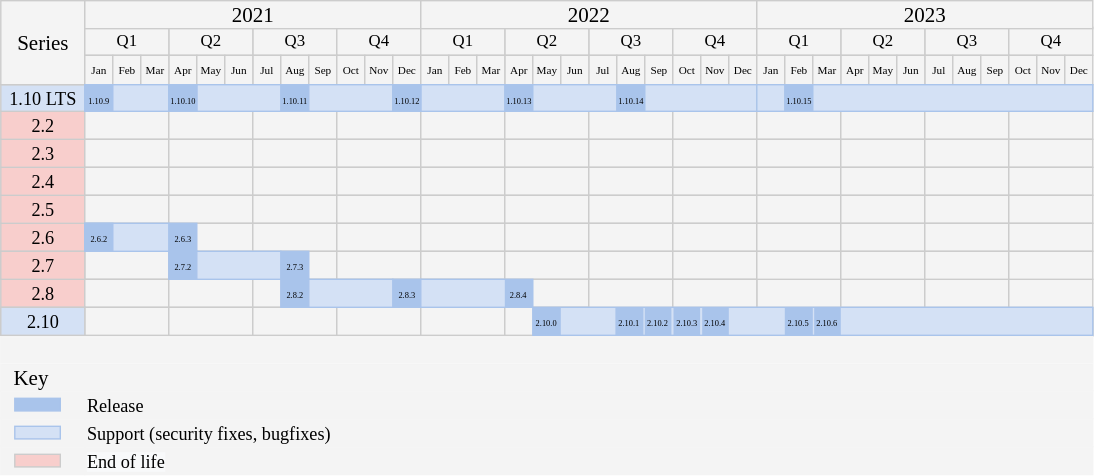
Earlier version of the draw.io export doc/release/_images/releases_calendar.svg (tarantool/doc). Source tidied: cells renumbered, new cells last; positions are measured from the earlier drawing's top-left corner, leaving out a move shared by most shapes.
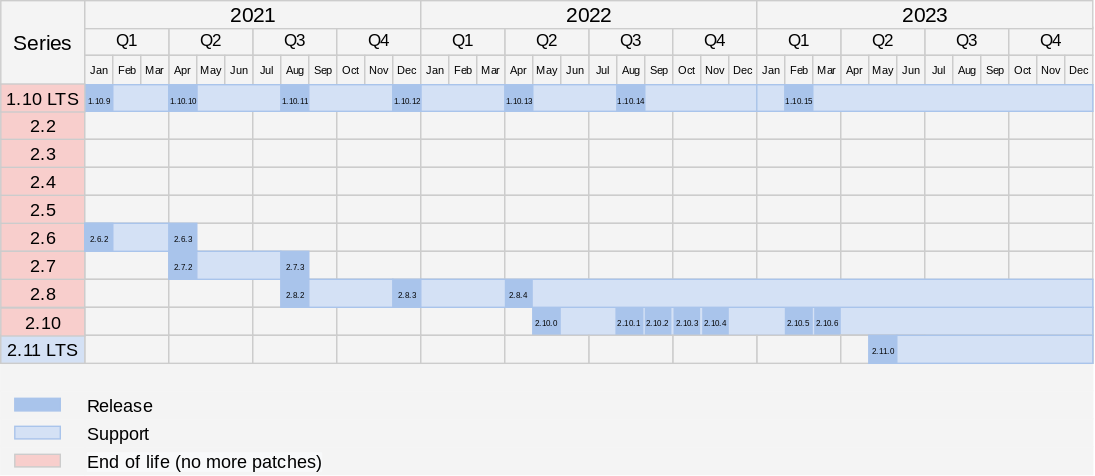
The same file after the commit.

Commit message:
Update release calendar and lifetime table

Change to the diagram source:
```diff
@@ -21,16 +21,16 @@
       <mxGeometry x="600" y="219.5" width="60" height="20" as="geometry" />
     </mxCell>
     <mxCell id="8" style="align=left;strokeColor=#CCCCCC;html=1;fillColor=#F4F4F4;" parent="1" vertex="1">
-      <mxGeometry x="720" y="219.5" width="60" height="20" as="geometry" />
+      <mxGeometry x="720" y="219" width="60" height="20" as="geometry" />
     </mxCell>
     <mxCell id="9" style="align=left;strokeColor=#CCCCCC;html=1;fillColor=#F4F4F4;" parent="1" vertex="1">
-      <mxGeometry x="660" y="219.5" width="60" height="20" as="geometry" />
+      <mxGeometry x="660" y="219" width="60" height="20" as="geometry" />
     </mxCell>
     <mxCell id="10" style="align=left;strokeColor=#CCCCCC;html=1;fillColor=#F4F4F4;" parent="1" vertex="1">
       <mxGeometry x="540" y="219.5" width="60" height="20" as="geometry" />
     </mxCell>
     <mxCell id="11" style="align=left;strokeColor=#CCCCCC;html=1;fillColor=#F4F4F4;" parent="1" vertex="1">
-      <mxGeometry x="600" y="219.5" width="60" height="20" as="geometry" />
+      <mxGeometry x="600" y="219" width="60" height="20" as="geometry" />
     </mxCell>
     <mxCell id="12" style="align=center;html=1;strokeColor=#CCCCCC;" parent="1" vertex="1">
       <mxGeometry x="360" y="219.5" width="180" height="20" as="geometry" />
@@ -44,9 +44,6 @@
     <mxCell id="15" style="align=left;strokeColor=#CCCCCC;html=1;fillColor=#F4F4F4;" parent="1" vertex="1">
       <mxGeometry x="420" y="219.5" width="60" height="20" as="geometry" />
     </mxCell>
-    <mxCell id="16" value="&lt;font face=&quot;VK Sans Text&quot;&gt;&lt;span style=&quot;font-size: 13px&quot;&gt;Series 2&lt;/span&gt;&lt;/font&gt;" style="align=center;html=1;strokeColor=#CCCCCC;" parent="1" vertex="1">
-      <mxGeometry y="219" width="60" height="20" as="geometry" />
-    </mxCell>
     <mxCell id="17" value="&lt;font face=&quot;VK Sans Text&quot; style=&quot;font-size: 13px&quot;&gt;2.8&lt;/font&gt;" style="align=center;strokeColor=#CCCCCC;html=1;fillColor=#F8CECC;" parent="1" vertex="1">
       <mxGeometry y="199" width="60" height="20" as="geometry" />
     </mxCell>
@@ -68,9 +65,6 @@
     <mxCell id="23" value="&lt;font style=&quot;font-size: 13px&quot; face=&quot;VK Sans Text&quot;&gt;2.2&lt;/font&gt;" style="align=center;strokeColor=#CCCCCC;html=1;fillColor=#f8cecc;" parent="1" vertex="1">
       <mxGeometry y="79" width="60" height="20" as="geometry" />
     </mxCell>
-    <mxCell id="24" value="&lt;font style=&quot;font-size: 13px&quot; face=&quot;VK Sans Text&quot;&gt;1.10 LTS&lt;/font&gt;" style="align=center;strokeColor=#CCCCCC;html=1;fillColor=#D4E1F5;" parent="1" vertex="1">
-      <mxGeometry y="60" width="60" height="19" as="geometry" />
-    </mxCell>
     <mxCell id="25" value="&lt;div style=&quot;text-align: justify&quot;&gt;&lt;font face=&quot;VK Sans Text&quot; style=&quot;font-size: 15px&quot;&gt;Series&lt;/font&gt;&lt;/div&gt;" style="strokeWidth=1;fontStyle=0;html=1;fillColor=#F4F4F4;strokeColor=#CCCCCC;" parent="1" vertex="1">
       <mxGeometry width="60" height="60" as="geometry" />
     </mxCell>
@@ -425,22 +419,24 @@
     <mxCell id="142" value="&lt;span style=&quot;font-size: 6px&quot;&gt;&lt;font face=&quot;VK Sans Text&quot;&gt;2.8.2&lt;/font&gt;&lt;/span&gt;" style="align=center;strokeColor=#A9C4EB;html=1;fillColor=#A9C4EB;" parent="1" vertex="1">
       <mxGeometry x="200" y="199" width="20" height="20" as="geometry" />
     </mxCell>
+    <mxCell id="219" style="edgeStyle=orthogonalEdgeStyle;rounded=0;jettySize=auto;html=1;" parent="1" edge="1" source="143">
+      <mxGeometry relative="1" as="geometry">
+        <mxPoint x="380" y="209" as="targetPoint" />
+      </mxGeometry>
+    </mxCell>
     <mxCell id="143" value="&lt;span style=&quot;font-size: 6px&quot;&gt;&lt;font face=&quot;VK Sans Text&quot;&gt;2.8.3&lt;/font&gt;&lt;/span&gt;" style="align=center;strokeColor=#A9C4EB;html=1;fillColor=#A9C4EB;" parent="1" vertex="1">
       <mxGeometry x="280" y="199" width="20" height="20" as="geometry" />
     </mxCell>
     <mxCell id="144" style="align=center;strokeColor=#A9C4EB;html=1;fillColor=#D4E1F5;" parent="1" vertex="1">
       <mxGeometry x="220" y="199" width="60" height="20" as="geometry" />
     </mxCell>
-    <mxCell id="145" style="align=center;strokeColor=#A9C4EB;html=1;fillColor=#D4E1F5;" parent="1" vertex="1">
-      <mxGeometry x="300" y="199" width="80" height="20" as="geometry" />
-    </mxCell>
     <mxCell id="146" value="&lt;font style=&quot;font-size: 13px&quot; face=&quot;VK Sans Text&quot;&gt;Release&lt;/font&gt;" style="align=left;strokeColor=#F4F4F4;html=1;fillColor=#F4F4F4;" parent="1" vertex="1">
       <mxGeometry x="60" y="278.5" width="720" height="20" as="geometry" />
     </mxCell>
-    <mxCell id="147" value="&lt;font face=&quot;VK Sans Text&quot; style=&quot;font-size: 13px&quot;&gt;Support (security fixes, bugfixes)&lt;/font&gt;" style="align=left;strokeColor=#F4F4F4;html=1;fillColor=#F4F4F4;" parent="1" vertex="1">
+    <mxCell id="147" value="&lt;font face=&quot;VK Sans Text&quot; style=&quot;font-size: 13px&quot;&gt;Support&lt;/font&gt;" style="align=left;strokeColor=#F4F4F4;html=1;fillColor=#F4F4F4;" parent="1" vertex="1">
       <mxGeometry x="60" y="298.5" width="720" height="20" as="geometry" />
     </mxCell>
-    <mxCell id="148" value="&lt;span style=&quot;color: rgb(0 , 0 , 0) ; font-style: normal ; font-weight: 400 ; letter-spacing: normal ; text-align: left ; text-indent: 0px ; text-transform: none ; word-spacing: 0px ; background-color: rgb(248 , 249 , 250) ; display: inline ; float: none&quot;&gt;&lt;font face=&quot;VK Sans Text&quot; style=&quot;font-size: 13px&quot;&gt;End of life&lt;/font&gt;&lt;/span&gt;" style="align=left;strokeColor=#F4F4F4;html=1;fillColor=#F4F4F4;" parent="1" vertex="1">
+    <mxCell id="148" value="&lt;span style=&quot;color: rgb(0 , 0 , 0) ; font-style: normal ; font-weight: 400 ; letter-spacing: normal ; text-align: left ; text-indent: 0px ; text-transform: none ; word-spacing: 0px ; background-color: rgb(248 , 249 , 250) ; display: inline ; float: none&quot;&gt;&lt;font face=&quot;VK Sans Text&quot; style=&quot;font-size: 13px&quot;&gt;End of life (no more patches)&lt;/font&gt;&lt;/span&gt;" style="align=left;strokeColor=#F4F4F4;html=1;fillColor=#F4F4F4;" parent="1" vertex="1">
       <mxGeometry x="60" y="318.5" width="720" height="20" as="geometry" />
     </mxCell>
     <mxCell id="149" style="align=left;strokeColor=#F4F4F4;html=1;fillColor=#F4F4F4;" parent="1" vertex="1">
@@ -461,27 +457,21 @@
     <mxCell id="154" style="align=center;strokeColor=#CCCCCC;html=1;fillColor=#f8cecc;" parent="1" vertex="1">
       <mxGeometry x="10" y="324" width="32.5" height="9" as="geometry" />
     </mxCell>
-    <mxCell id="155" value="&lt;font style=&quot;font-size: 15px&quot; face=&quot;VK Sans Text&quot;&gt;&amp;nbsp; Key&lt;/font&gt;" style="align=left;strokeColor=#F4F4F4;html=1;fillColor=#F4F4F4;" parent="1" vertex="1">
+    <mxCell id="155" style="align=left;strokeColor=#F4F4F4;html=1;fillColor=#F4F4F4;" parent="1" vertex="1">
       <mxGeometry y="259.5" width="780" height="19" as="geometry" />
     </mxCell>
-    <mxCell id="156" value="&lt;font face=&quot;VK Sans Text&quot; style=&quot;font-size: 6px&quot;&gt;2.8.4&lt;/font&gt;" style="rounded=0;whiteSpace=wrap;html=1;fillColor=#A9C4EB;strokeColor=none;" parent="1" vertex="1">
-      <mxGeometry x="360" y="199" width="20" height="20" as="geometry" />
-    </mxCell>
     <mxCell id="157" value="&lt;span style=&quot;font-size: 6px&quot;&gt;&lt;font face=&quot;VK Sans Text&quot;&gt;1.10.13&lt;/font&gt;&lt;/span&gt;" style="align=center;strokeColor=#A9C4EB;html=1;fillColor=#A9C4EB;" parent="1" vertex="1">
       <mxGeometry x="360" y="60" width="20" height="19" as="geometry" />
     </mxCell>
-    <mxCell id="158" value="&lt;font face=&quot;VK Sans Text&quot; style=&quot;font-size: 13px&quot;&gt;2.10&lt;/font&gt;" style="align=center;strokeColor=#CCCCCC;html=1;fillColor=#D4E1F5;" parent="1" vertex="1">
-      <mxGeometry y="219" width="60" height="20" as="geometry" />
-    </mxCell>
-    <mxCell id="159" style="align=center;strokeColor=#A9C4EB;html=1;fillColor=#D4E1F5;" parent="1" vertex="1">
-      <mxGeometry x="380" y="219" width="400" height="20" as="geometry" />
-    </mxCell>
     <mxCell id="160" value="&lt;font face=&quot;VK Sans Text&quot; style=&quot;font-size: 13px&quot;&gt;2.7&lt;/font&gt;" style="align=center;strokeColor=#CCCCCC;html=1;fillColor=#f8cecc;" parent="1" vertex="1">
       <mxGeometry y="179" width="60" height="20" as="geometry" />
     </mxCell>
     <mxCell id="161" value="&lt;span style=&quot;font-size: 6px&quot;&gt;&lt;font face=&quot;VK Sans Text&quot;&gt;1.10.14&lt;/font&gt;&lt;/span&gt;" style="align=center;strokeColor=#A9C4EB;html=1;fillColor=#A9C4EB;" parent="1" vertex="1">
       <mxGeometry x="440" y="60" width="20" height="19" as="geometry" />
     </mxCell>
+    <mxCell id="159" style="align=center;strokeColor=#A9C4EB;html=1;fillColor=#D4E1F5;" parent="1" vertex="1">
+      <mxGeometry x="380" y="219" width="400" height="20" as="geometry" />
+    </mxCell>
     <mxCell id="162" value="&lt;span style=&quot;font-size: 6px&quot;&gt;&lt;font face=&quot;VK Sans Text&quot;&gt;1.10.9&lt;/font&gt;&lt;/span&gt;" style="align=center;strokeColor=#A9C4EB;html=1;fillColor=#A9C4EB;" parent="1" vertex="1">
       <mxGeometry x="60" y="60" width="20" height="19" as="geometry" />
     </mxCell>
@@ -653,5 +643,71 @@
     <mxCell id="218" value="&lt;font face=&quot;VK Sans Text&quot; style=&quot;font-size: 6px&quot;&gt;2.10.6&lt;/font&gt;" style="rounded=0;whiteSpace=wrap;html=1;fillColor=#A9C4EB;strokeColor=none;" parent="1" vertex="1">
       <mxGeometry x="581" y="219" width="19" height="20" as="geometry" />
     </mxCell>
+    <mxCell id="24" value="&lt;font style=&quot;font-size: 13px&quot; face=&quot;VK Sans Text&quot;&gt;1.10 LTS&lt;/font&gt;" style="align=center;strokeColor=#CCCCCC;html=1;fillColor=#f8cecc;" parent="1" vertex="1">
+      <mxGeometry y="59.5" width="60" height="20" as="geometry" />
+    </mxCell>
+    <mxCell id="220" style="align=center;html=1;strokeColor=#CCCCCC;" parent="1" vertex="1">
+      <mxGeometry x="600" y="239" width="180" height="20" as="geometry" />
+    </mxCell>
+    <mxCell id="221" style="align=left;strokeColor=#CCCCCC;html=1;fillColor=#F4F4F4;" parent="1" vertex="1">
+      <mxGeometry x="600" y="239" width="60" height="20" as="geometry" />
+    </mxCell>
+    <mxCell id="222" style="align=left;strokeColor=#CCCCCC;html=1;fillColor=#F4F4F4;" parent="1" vertex="1">
+      <mxGeometry x="720" y="239" width="60" height="20" as="geometry" />
+    </mxCell>
+    <mxCell id="223" style="align=left;strokeColor=#CCCCCC;html=1;fillColor=#F4F4F4;" parent="1" vertex="1">
+      <mxGeometry x="660" y="239" width="60" height="20" as="geometry" />
+    </mxCell>
+    <mxCell id="224" style="align=left;strokeColor=#CCCCCC;html=1;fillColor=#F4F4F4;" parent="1" vertex="1">
+      <mxGeometry x="540" y="239" width="60" height="20" as="geometry" />
+    </mxCell>
+    <mxCell id="225" style="align=left;strokeColor=#CCCCCC;html=1;fillColor=#F4F4F4;" parent="1" vertex="1">
+      <mxGeometry x="600" y="239" width="60" height="20" as="geometry" />
+    </mxCell>
+    <mxCell id="226" style="align=left;strokeColor=#CCCCCC;html=1;fillColor=#F4F4F4;" parent="1" vertex="1">
+      <mxGeometry x="480" y="239" width="60" height="20" as="geometry" />
+    </mxCell>
+    <mxCell id="227" style="align=left;strokeColor=#CCCCCC;html=1;fillColor=#F4F4F4;" parent="1" vertex="1">
+      <mxGeometry x="420" y="239" width="60" height="20" as="geometry" />
+    </mxCell>
+    <mxCell id="16" value="&lt;font face=&quot;VK Sans Text&quot;&gt;&lt;span style=&quot;font-size: 13px&quot;&gt;Series 2&lt;/span&gt;&lt;/font&gt;" style="align=center;html=1;strokeColor=#CCCCCC;" parent="1" vertex="1">
+      <mxGeometry y="239" width="60" height="20" as="geometry" />
+    </mxCell>
+    <mxCell id="228" style="align=left;strokeColor=#CCCCCC;html=1;fillColor=#F4F4F4;" parent="1" vertex="1">
+      <mxGeometry x="60" y="239" width="60" height="20" as="geometry" />
+    </mxCell>
+    <mxCell id="229" style="align=left;strokeColor=#CCCCCC;html=1;fillColor=#F4F4F4;" parent="1" vertex="1">
+      <mxGeometry x="120" y="239" width="60" height="20" as="geometry" />
+    </mxCell>
+    <mxCell id="230" style="align=left;strokeColor=#CCCCCC;html=1;fillColor=#F4F4F4;" parent="1" vertex="1">
+      <mxGeometry x="180" y="239" width="60" height="20" as="geometry" />
+    </mxCell>
+    <mxCell id="231" style="align=left;strokeColor=#CCCCCC;html=1;fillColor=#F4F4F4;" parent="1" vertex="1">
+      <mxGeometry x="240" y="239" width="60" height="20" as="geometry" />
+    </mxCell>
+    <mxCell id="232" style="align=left;strokeColor=#CCCCCC;html=1;fillColor=#F4F4F4;" parent="1" vertex="1">
+      <mxGeometry x="300" y="239" width="60" height="20" as="geometry" />
+    </mxCell>
+    <mxCell id="233" style="align=left;strokeColor=#CCCCCC;html=1;fillColor=#F4F4F4;" parent="1" vertex="1">
+      <mxGeometry x="360" y="239" width="60" height="20" as="geometry" />
+    </mxCell>
+    <mxCell id="234" value="&lt;font face=&quot;VK Sans Text&quot; style=&quot;font-size: 13px&quot;&gt;2.11 LTS&lt;/font&gt;" style="align=center;strokeColor=#CCCCCC;html=1;fillColor=#D4E1F5;" parent="1" vertex="1">
+      <mxGeometry y="239" width="60" height="20" as="geometry" />
+    </mxCell>
+    <mxCell id="158" value="&lt;font face=&quot;VK Sans Text&quot; style=&quot;font-size: 13px&quot;&gt;2.10&lt;/font&gt;" style="align=center;strokeColor=#CCCCCC;html=1;fillColor=#F8CECC;" parent="1" vertex="1">
+      <mxGeometry y="219.5" width="60" height="20" as="geometry" />
+    </mxCell>
+    <mxCell id="235" value="&lt;span style=&quot;font-size: 6px&quot;&gt;&lt;font face=&quot;VK Sans Text&quot;&gt;2.11.0&lt;/font&gt;&lt;/span&gt;" style="align=center;strokeColor=#A9C4EB;html=1;fillColor=#A9C4EB;" parent="1" vertex="1">
+      <mxGeometry x="620" y="239" width="20" height="20" as="geometry" />
+    </mxCell>
+    <mxCell id="236" style="align=center;strokeColor=#A9C4EB;html=1;fillColor=#D4E1F5;" parent="1" vertex="1">
+      <mxGeometry x="640" y="239" width="140" height="20" as="geometry" />
+    </mxCell>
+    <mxCell id="145" style="align=center;strokeColor=#A9C4EB;html=1;fillColor=#D4E1F5;" parent="1" vertex="1">
+      <mxGeometry x="300" y="199" width="480" height="20" as="geometry" />
+    </mxCell>
+    <mxCell id="156" value="&lt;font face=&quot;VK Sans Text&quot; style=&quot;font-size: 6px&quot;&gt;2.8.4&lt;/font&gt;" style="rounded=0;whiteSpace=wrap;html=1;fillColor=#A9C4EB;strokeColor=none;" parent="1" vertex="1">
+      <mxGeometry x="360" y="199" width="20" height="20" as="geometry" />
+    </mxCell>
   </root>
 </mxGraphModel>
```
